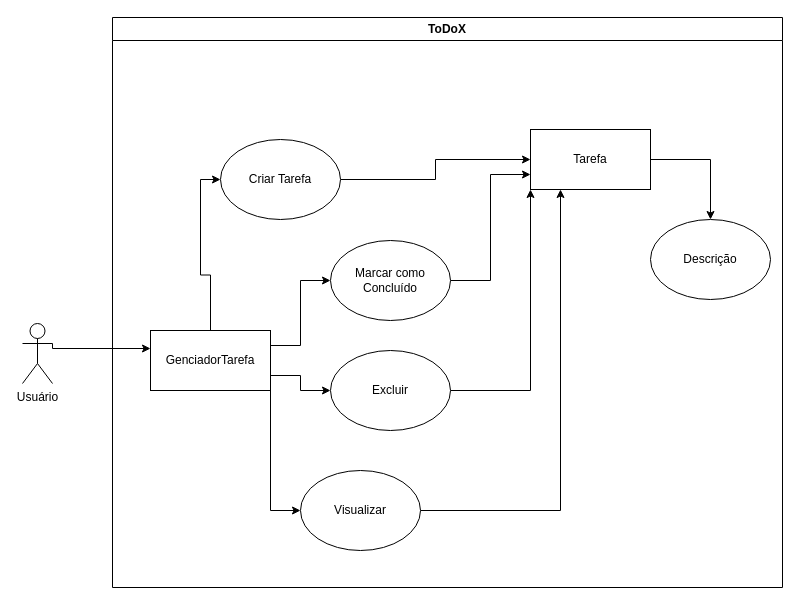
The draw.io diagram UML.drawio in rayenealmeida/gerenciador_de_tarefas, before the edit. Source tidied: cells renumbered, new cells numbered last; positions are measured from the earlier drawing's top-left corner, leaving out a move shared by most shapes. Both pictures are drawn from the tidied source at 100%, with x=0, y=0 at pixel (22, 17).
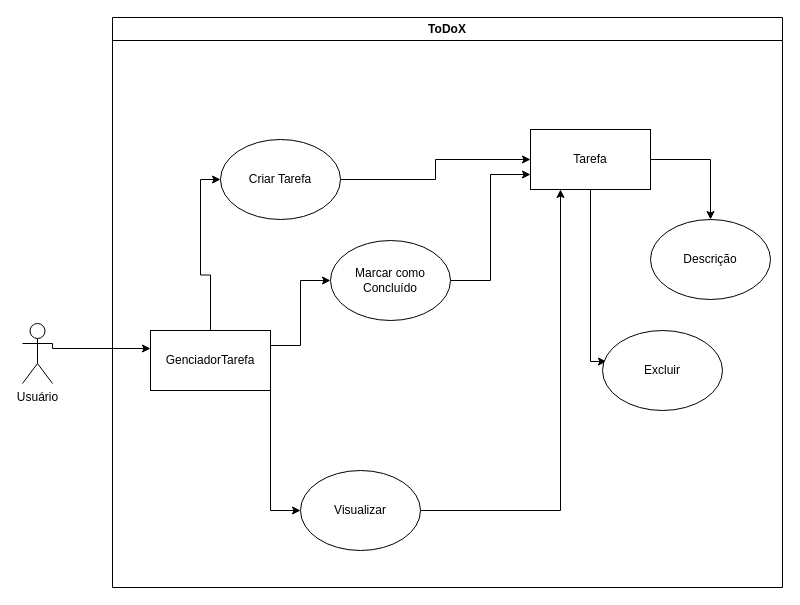
The same diagram, later.

Unchanged cells that the change refers to:
```xml
<mxCell id="4" value="ToDoX" style="swimlane;whiteSpace=wrap;html=1;" parent="1" vertex="1">
  <mxGeometry x="90" width="670" height="570" as="geometry" />
</mxCell>
<mxCell id="9" value="GenciadorTarefa" style="rounded=0;whiteSpace=wrap;html=1;" parent="4" vertex="1">
  <mxGeometry x="38" y="313" width="120" height="60" as="geometry" />
</mxCell>
<mxCell id="13" value="Tarefa" style="rounded=0;whiteSpace=wrap;html=1;" parent="4" vertex="1">
  <mxGeometry x="418" y="112" width="120" height="60" as="geometry" />
</mxCell>
```

The edit, as a diff of the source:
```diff
@@
-    <mxCell id="7" style="edgeStyle=orthogonalEdgeStyle;rounded=0;jettySize=auto;html=1;exitX=1;exitY=0.75;exitDx=0;exitDy=0;entryX=0;entryY=0.5;entryDx=0;entryDy=0;" parent="4" edge="1" source="9" target="20">
-      <mxGeometry relative="1" as="geometry" />
-    </mxCell>
@@
+    <mxCell id="21" style="edgeStyle=orthogonalEdgeStyle;rounded=0;jettySize=auto;html=1;exitX=0.5;exitY=1;exitDx=0;exitDy=0;entryX=0.033;entryY=0.388;entryDx=0;entryDy=0;entryPerimeter=0;" parent="4" edge="1" source="13" target="20">
+      <mxGeometry relative="1" as="geometry">
+        <Array as="points">
+          <mxPoint x="478" y="344" />
+        </Array>
+      </mxGeometry>
+    </mxCell>
@@
-    <mxCell id="19" style="edgeStyle=orthogonalEdgeStyle;rounded=0;jettySize=auto;html=1;exitX=1;exitY=0.5;exitDx=0;exitDy=0;entryX=0;entryY=1;entryDx=0;entryDy=0;" parent="4" edge="1" source="20" target="13">
-      <mxGeometry relative="1" as="geometry" />
-    </mxCell>
     <mxCell id="20" value="Excluir" style="ellipse;whiteSpace=wrap;html=1;" parent="4" vertex="1">
-      <mxGeometry x="218" y="333" width="120" height="80" as="geometry" />
+      <mxGeometry x="490" y="313" width="120" height="80" as="geometry" />
     </mxCell>
```
